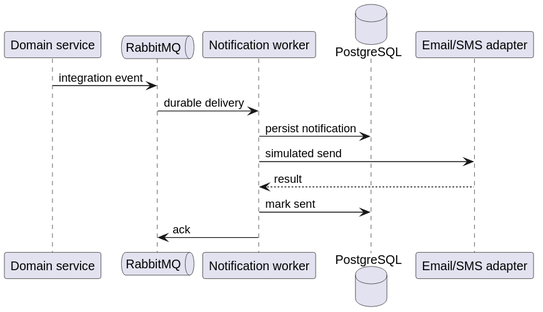
The PlantUML diagram docs/diagrams/export/notification-sequence.svg in Hessam-Hosseinian/event-ticketing-platform, before a commit.
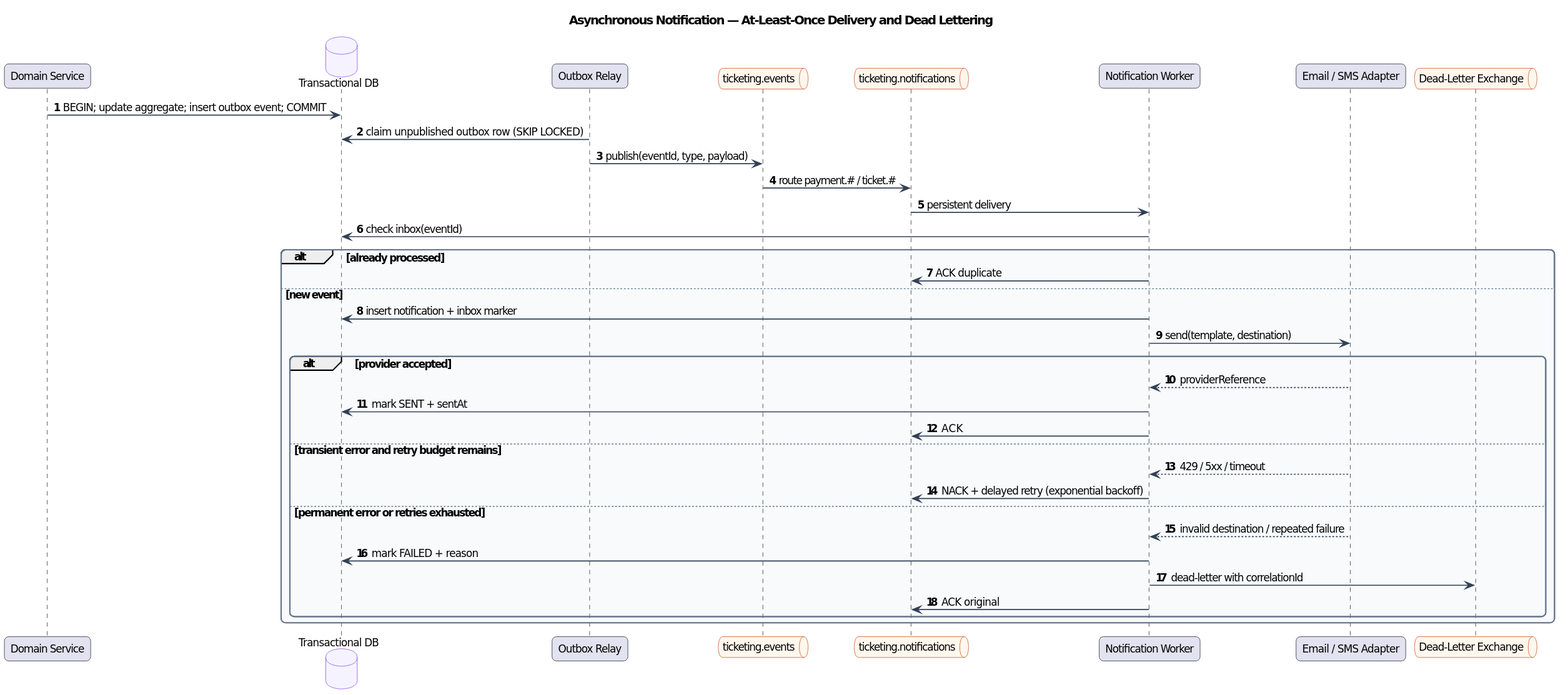
The same file after the commit.

What changed in the source:
```diff
@@ -1,14 +1,38 @@
 @startuml
-participant "Domain service" as D
-queue RabbitMQ
-participant "Notification worker" as N
-database PostgreSQL
-participant "Email/SMS adapter" as E
-D -> RabbitMQ: integration event
-RabbitMQ -> N: durable delivery
-N -> PostgreSQL: persist notification
-N -> E: simulated send
-E --> N: result
-N -> PostgreSQL: mark sent
-N -> RabbitMQ: ack
+!include theme.iuml
+title Asynchronous Notification — At-Least-Once Delivery and Dead Lettering
+autonumber
+participant "Domain Service" as Domain
+database "Transactional DB" as DB
+participant "Outbox Relay" as Relay
+queue "ticketing.events" as Exchange
+queue "ticketing.notifications" as Queue
+participant "Notification Worker" as Worker
+participant "Email / SMS Adapter" as Provider
+queue "Dead-Letter Exchange" as DLX
+Domain -> DB: BEGIN; update aggregate; insert outbox event; COMMIT
+Relay -> DB: claim unpublished outbox row (SKIP LOCKED)
+Relay -> Exchange: publish(eventId, type, payload)
+Exchange -> Queue: route payment.# / ticket.#
+Queue -> Worker: persistent delivery
+Worker -> DB: check inbox(eventId)
+alt already processed
+  Worker -> Queue: ACK duplicate
+else new event
+  Worker -> DB: insert notification + inbox marker
+  Worker -> Provider: send(template, destination)
+  alt provider accepted
+    Provider --> Worker: providerReference
+    Worker -> DB: mark SENT + sentAt
+    Worker -> Queue: ACK
+  else transient error and retry budget remains
+    Provider --> Worker: 429 / 5xx / timeout
+    Worker -> Queue: NACK + delayed retry (exponential backoff)
+  else permanent error or retries exhausted
+    Provider --> Worker: invalid destination / repeated failure
+    Worker -> DB: mark FAILED + reason
+    Worker -> DLX: dead-letter with correlationId
+    Worker -> Queue: ACK original
+  end
+end
 @enduml
```
